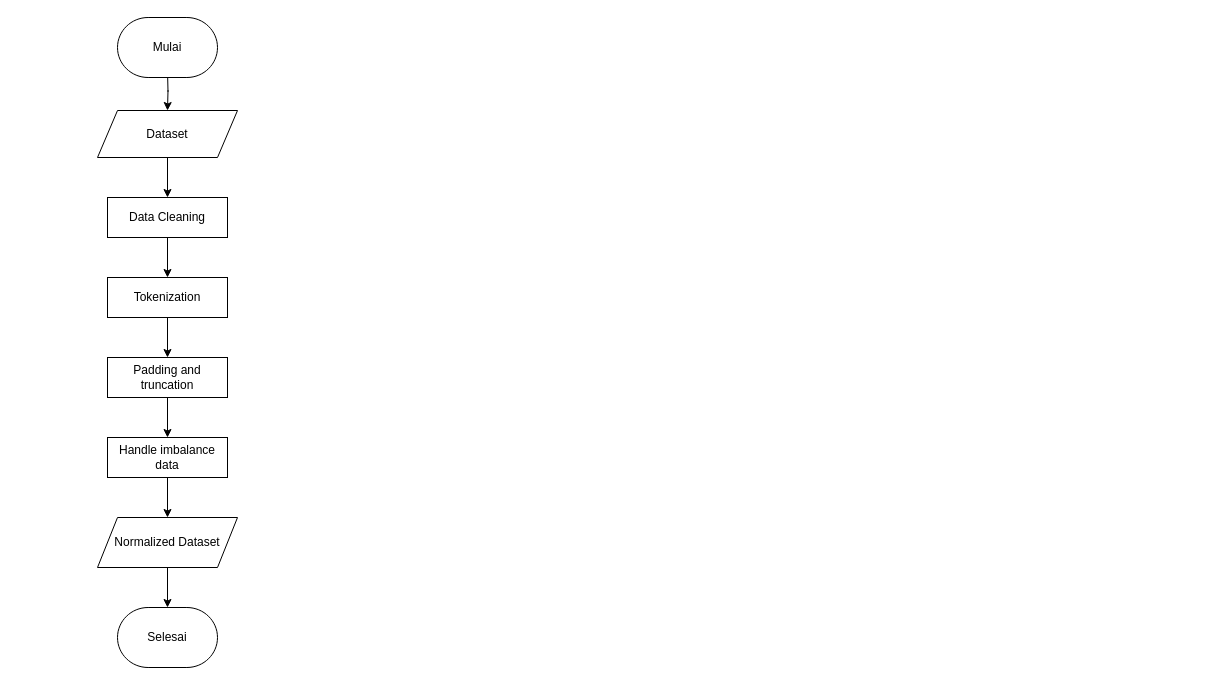
The draw.io diagram Metode.drawio in meisyareptiana/design_database, before the edit. Source tidied: cells renumbered, new cells numbered last; positions are measured from the earlier drawing's top-left corner, leaving out a move shared by most shapes. Both pictures are drawn from the tidied source at 100%, with x=0, y=0 at pixel (97, 17).
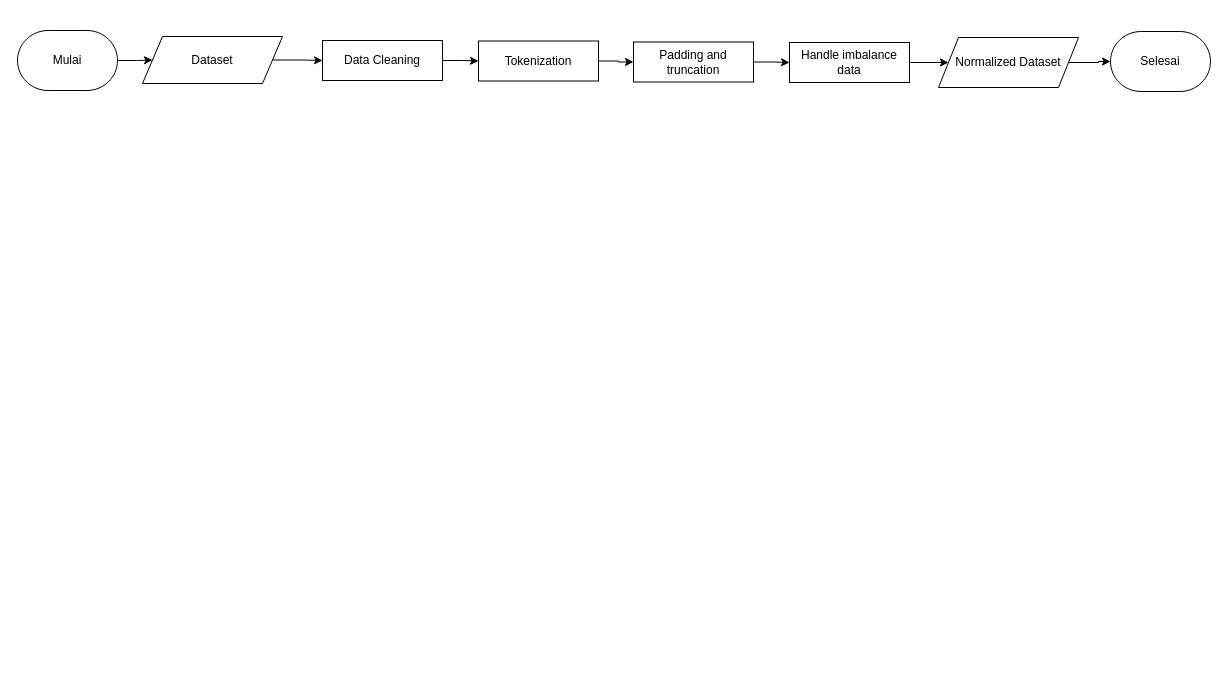
After the change.

The edit, as a diff of the source:
```diff
@@
 <mxGraphModel>
   <root>
     <mxCell id="0" />
     <mxCell id="1" parent="0" />
-    <mxCell id="2" style="edgeStyle=orthogonalEdgeStyle;rounded=0;orthogonalLoop=1;jettySize=auto;html=1;" parent="1" edge="1">
-      <mxGeometry relative="1" as="geometry">
-        <mxPoint x="70" y="53" as="sourcePoint" />
-        <mxPoint x="70" y="93" as="targetPoint" />
-      </mxGeometry>
-    </mxCell>
     <mxCell id="3" value="Selesai" style="fixedSize=1;html=1;shape=mxgraph.flowchart.terminator;whiteSpace=wrap;" parent="1" vertex="1">
-      <mxGeometry x="20" y="590" width="100" height="60" as="geometry" />
+      <mxGeometry x="1013" y="14" width="100" height="60" as="geometry" />
     </mxCell>
     <mxCell id="4" style="edgeStyle=orthogonalEdgeStyle;rounded=0;jettySize=auto;html=1;" parent="1" edge="1" source="5" target="7">
       <mxGeometry relative="1" as="geometry" />
     </mxCell>
     <mxCell id="5" value="Data Cleaning" style="rounded=0;whiteSpace=wrap;html=1;" parent="1" vertex="1">
-      <mxGeometry x="10" y="180" width="120" height="40" as="geometry" />
+      <mxGeometry x="225" y="23" width="120" height="40" as="geometry" />
     </mxCell>
     <mxCell id="6" style="edgeStyle=orthogonalEdgeStyle;rounded=0;jettySize=auto;html=1;" parent="1" edge="1" source="7" target="9">
       <mxGeometry relative="1" as="geometry" />
     </mxCell>
     <mxCell id="7" value="Tokenization" style="rounded=0;whiteSpace=wrap;html=1;" parent="1" vertex="1">
-      <mxGeometry x="10" y="260" width="120" height="40" as="geometry" />
+      <mxGeometry x="381" y="23.5" width="120" height="40" as="geometry" />
     </mxCell>
     <mxCell id="8" style="edgeStyle=orthogonalEdgeStyle;rounded=0;jettySize=auto;html=1;" parent="1" edge="1" source="9" target="11">
       <mxGeometry relative="1" as="geometry" />
     </mxCell>
     <mxCell id="9" value="Padding and truncation" style="rounded=0;whiteSpace=wrap;html=1;" parent="1" vertex="1">
-      <mxGeometry x="10" y="340" width="120" height="40" as="geometry" />
+      <mxGeometry x="536" y="24.5" width="120" height="40" as="geometry" />
     </mxCell>
     <mxCell id="10" style="edgeStyle=orthogonalEdgeStyle;rounded=0;jettySize=auto;html=1;" parent="1" edge="1" source="11" target="15">
       <mxGeometry relative="1" as="geometry" />
     </mxCell>
     <mxCell id="11" value="Handle imbalance data" style="rounded=0;whiteSpace=wrap;html=1;" parent="1" vertex="1">
-      <mxGeometry x="10" y="420" width="120" height="40" as="geometry" />
+      <mxGeometry x="692" y="25" width="120" height="40" as="geometry" />
     </mxCell>
-    <mxCell id="12" style="edgeStyle=orthogonalEdgeStyle;rounded=0;jettySize=auto;html=1;entryX=0.5;entryY=0;entryDx=0;entryDy=0;" parent="1" edge="1" source="13" target="5">
+    <mxCell id="12" style="edgeStyle=orthogonalEdgeStyle;rounded=0;jettySize=auto;html=1;" parent="1" edge="1" source="13" target="5">
       <mxGeometry relative="1" as="geometry" />
     </mxCell>
     <mxCell id="13" value="Dataset" style="shape=parallelogram;perimeter=parallelogramPerimeter;whiteSpace=wrap;html=1;fixedSize=1;" parent="1" vertex="1">
-      <mxGeometry y="93" width="140" height="47" as="geometry" />
+      <mxGeometry x="45" y="19" width="140" height="47" as="geometry" />
     </mxCell>
+    <mxCell id="17" style="edgeStyle=orthogonalEdgeStyle;rounded=0;jettySize=auto;html=1;" parent="1" edge="1" source="14" target="13">
+      <mxGeometry relative="1" as="geometry" />
+    </mxCell>
     <mxCell id="14" value="Mulai" style="fixedSize=1;html=1;shape=mxgraph.flowchart.terminator;whiteSpace=wrap;" parent="1" vertex="1">
-      <mxGeometry x="20" width="100" height="60" as="geometry" />
+      <mxGeometry x="-80" y="13" width="100" height="60" as="geometry" />
     </mxCell>
+    <mxCell id="16" style="edgeStyle=orthogonalEdgeStyle;rounded=0;jettySize=auto;html=1;" parent="1" edge="1" source="15" target="3">
+      <mxGeometry relative="1" as="geometry" />
+    </mxCell>
     <mxCell id="15" value="Normalized Dataset" style="shape=parallelogram;perimeter=parallelogramPerimeter;whiteSpace=wrap;html=1;fixedSize=1;" parent="1" vertex="1">
-      <mxGeometry y="500" width="140" height="50" as="geometry" />
+      <mxGeometry x="841" y="20" width="140" height="50" as="geometry" />
     </mxCell>
-    <mxCell id="16" style="edgeStyle=orthogonalEdgeStyle;rounded=0;jettySize=auto;html=1;entryX=0.5;entryY=0;entryDx=0;entryDy=0;entryPerimeter=0;" parent="1" edge="1" source="15" target="3">
-      <mxGeometry relative="1" as="geometry" />
-    </mxCell>
+    <mxCell id="18" style="edgeStyle=orthogonalEdgeStyle;rounded=0;orthogonalLoop=1;jettySize=auto;html=1;exitX=0.5;exitY=1;exitDx=0;exitDy=0;" parent="1" edge="1" source="9" target="9">
+      <mxGeometry relative="1" as="geometry" />
+    </mxCell>
   </root>
 </mxGraphModel>
```
